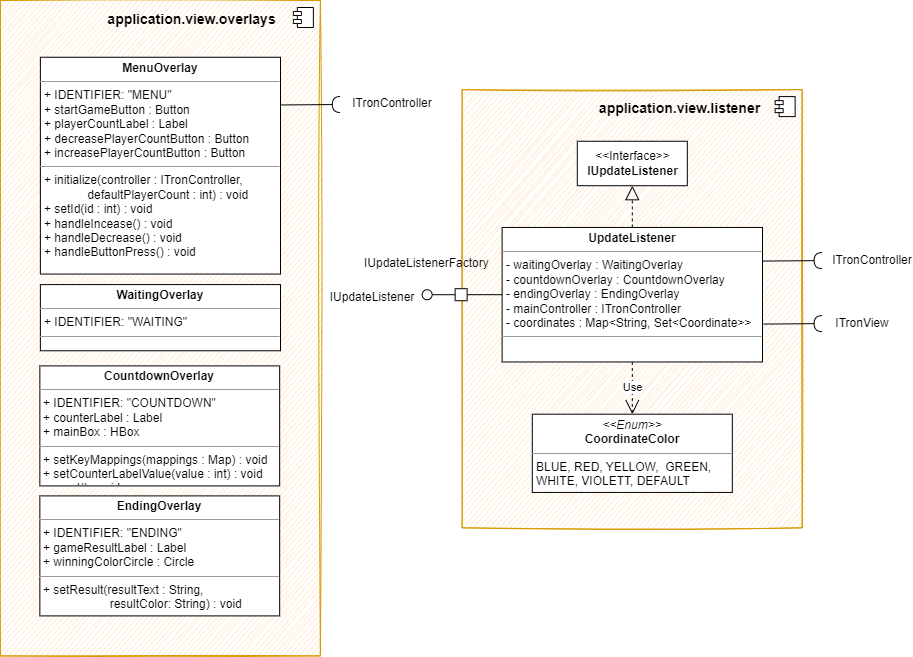
sckoenig/Distributed-Tron keeps this draw.io diagram as Dokumentation/App/diagrams/baustein/bs_layer3_view.png. Above is the earlier version. Source tidied: cells renumbered, new cells last; positions are measured from the earlier drawing's top-left corner, leaving out a move shared by most shapes.
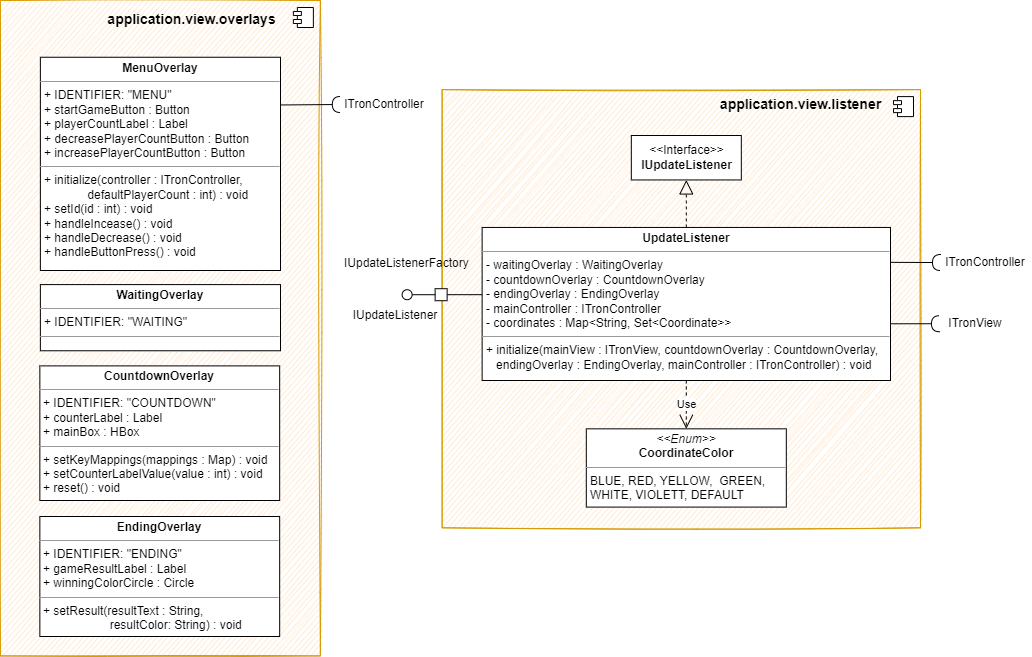
After the commit.

Change to the diagram source:
```diff
@@ -3,24 +3,29 @@
     <mxCell id="0" />
     <mxCell id="1" parent="0" />
     <mxCell id="2" style="html=1;fillColor=#ffe6cc;strokeColor=#d79b00;sketch=1;" parent="1" vertex="1">
-      <mxGeometry x="461.6" y="89.1" width="340" height="438.2" as="geometry" />
+      <mxGeometry x="461.6" y="89.1" width="478.4" height="438.2" as="geometry" />
     </mxCell>
     <mxCell id="3" style="shape=module;jettyWidth=8;jettyHeight=4;" parent="2" vertex="1">
       <mxGeometry x="1" width="20" height="20" relative="1" as="geometry">
         <mxPoint x="-27" y="7" as="offset" />
       </mxGeometry>
     </mxCell>
-    <mxCell id="4" value="&lt;p style=&quot;margin:0px;margin-top:4px;text-align:center;&quot;&gt;&lt;span style=&quot;font-weight: 700;&quot;&gt;UpdateListener&lt;/span&gt;&lt;br&gt;&lt;/p&gt;&lt;hr size=&quot;1&quot;&gt;&lt;p style=&quot;margin:0px;margin-left:4px;&quot;&gt;&lt;span style=&quot;background-color: initial;&quot;&gt;- waitingOverlay : WaitingOverlay&lt;/span&gt;&lt;br&gt;&lt;/p&gt;&lt;p style=&quot;margin:0px;margin-left:4px;&quot;&gt;- countdownOverlay : CountdownOverlay&lt;/p&gt;&lt;p style=&quot;margin:0px;margin-left:4px;&quot;&gt;- endingOverlay : EndingOverlay&lt;/p&gt;&lt;p style=&quot;margin:0px;margin-left:4px;&quot;&gt;- mainController : ITronController&lt;/p&gt;&lt;p style=&quot;margin:0px;margin-left:4px;&quot;&gt;- coordinates : Map&amp;lt;String, Set&amp;lt;Coordinate&amp;gt;&amp;gt;&lt;/p&gt;&lt;hr size=&quot;1&quot;&gt;&lt;p style=&quot;margin:0px;margin-left:4px;&quot;&gt;&lt;br&gt;&lt;/p&gt;&lt;div style=&quot;padding: 0px; margin: 0px;&quot;&gt;&lt;br style=&quot;padding: 0px; margin: 0px;&quot;&gt;&lt;/div&gt;&lt;div style=&quot;padding: 0px; margin: 0px;&quot;&gt;&lt;br style=&quot;padding: 0px; margin: 0px;&quot;&gt;&lt;/div&gt;" style="verticalAlign=top;align=left;overflow=fill;fontSize=12;fontFamily=Helvetica;html=1;sketch=0;fillColor=default;" parent="1" vertex="1">
-      <mxGeometry x="501.6" y="226.9" width="260.4" height="134.5" as="geometry" />
+    <mxCell id="4" value="&lt;p style=&quot;margin:0px;margin-top:4px;text-align:center;&quot;&gt;&lt;span style=&quot;font-weight: 700;&quot;&gt;UpdateListener&lt;/span&gt;&lt;br&gt;&lt;/p&gt;&lt;hr size=&quot;1&quot;&gt;&lt;p style=&quot;margin:0px;margin-left:4px;&quot;&gt;&lt;span style=&quot;background-color: initial;&quot;&gt;- waitingOverlay : WaitingOverlay&lt;/span&gt;&lt;br&gt;&lt;/p&gt;&lt;p style=&quot;margin:0px;margin-left:4px;&quot;&gt;- countdownOverlay : CountdownOverlay&lt;/p&gt;&lt;p style=&quot;margin:0px;margin-left:4px;&quot;&gt;- endingOverlay : EndingOverlay&lt;/p&gt;&lt;p style=&quot;margin:0px;margin-left:4px;&quot;&gt;- mainController : ITronController&lt;/p&gt;&lt;p style=&quot;margin:0px;margin-left:4px;&quot;&gt;- coordinates : Map&amp;lt;String, Set&amp;lt;Coordinate&amp;gt;&amp;gt;&lt;/p&gt;&lt;hr size=&quot;1&quot;&gt;&lt;p style=&quot;margin:0px;margin-left:4px;&quot;&gt;+ initialize(mainView : ITronView, countdownOverlay : CountdownOverlay,&lt;/p&gt;&lt;p style=&quot;margin:0px;margin-left:4px;&quot;&gt;&amp;nbsp;&amp;nbsp; endingOverlay : EndingOverlay, mainController : ITronController) : void &lt;br&gt;&lt;/p&gt;&lt;p style=&quot;margin:0px;margin-left:4px;&quot;&gt;&lt;br&gt;&lt;/p&gt;&lt;div style=&quot;padding: 0px; margin: 0px;&quot;&gt;&lt;br style=&quot;padding: 0px; margin: 0px;&quot;&gt;&lt;/div&gt;&lt;div style=&quot;padding: 0px; margin: 0px;&quot;&gt;&lt;br style=&quot;padding: 0px; margin: 0px;&quot;&gt;&lt;/div&gt;" style="verticalAlign=top;align=left;overflow=fill;fontSize=12;fontFamily=Helvetica;html=1;sketch=0;fillColor=default;" parent="1" vertex="1">
+      <mxGeometry x="501.6" y="227" width="408.4" height="153.1" as="geometry" />
     </mxCell>
     <mxCell id="5" value="&lt;p style=&quot;margin:0px;margin-top:4px;text-align:center;&quot;&gt;&lt;i&gt;&amp;lt;&amp;lt;Enum&amp;gt;&amp;gt;&lt;/i&gt;&lt;br&gt;&lt;b&gt;CoordinateColor&lt;/b&gt;&lt;/p&gt;&lt;hr size=&quot;1&quot;&gt;&lt;p style=&quot;border-color: var(--border-color); margin: 0px 0px 0px 4px;&quot;&gt;BLUE, RED, YELLOW,&amp;nbsp;&amp;nbsp;&lt;span style=&quot;border-color: var(--border-color); background-color: initial;&quot;&gt;GREEN,&amp;nbsp;&lt;/span&gt;&lt;/p&gt;&lt;p style=&quot;border-color: var(--border-color); margin: 0px 0px 0px 4px;&quot;&gt;&lt;span style=&quot;border-color: var(--border-color); background-color: initial;&quot;&gt;WHITE, VIOLETT, DEFAULT&lt;/span&gt;&lt;/p&gt;" style="verticalAlign=top;align=left;overflow=fill;fontSize=12;fontFamily=Helvetica;html=1;" parent="1" vertex="1">
-      <mxGeometry x="531.8" y="413.7" width="200" height="78.2" as="geometry" />
+      <mxGeometry x="605.8" y="428.3" width="200" height="78.2" as="geometry" />
     </mxCell>
     <mxCell id="6" value="&lt;div style=&quot;text-align: center;&quot;&gt;IUpdateListenerFactory&lt;/div&gt;" style="text;whiteSpace=wrap;html=1;" parent="1" vertex="1">
       <mxGeometry x="361.6" y="249.2" width="70" height="40" as="geometry" />
     </mxCell>
     <mxCell id="7" style="edgeStyle=orthogonalEdgeStyle;rounded=0;jettySize=auto;html=1;exitX=1;exitY=0.5;exitDx=0;exitDy=0;endArrow=none;endFill=0;" parent="1" edge="1" source="8" target="4">
-      <mxGeometry relative="1" as="geometry" />
+      <mxGeometry relative="1" as="geometry">
+        <Array as="points">
+          <mxPoint x="490" y="294" />
+          <mxPoint x="490" y="294" />
+        </Array>
+      </mxGeometry>
     </mxCell>
     <mxCell id="8" style="whiteSpace=wrap;html=1;" parent="1" vertex="1">
       <mxGeometry x="454.6" y="288.2" width="12" height="12" as="geometry" />
@@ -35,36 +40,36 @@
       <mxGeometry relative="1" as="geometry" />
     </mxCell>
     <mxCell id="12" value="&amp;lt;&amp;lt;Interface&amp;gt;&amp;gt;&lt;br&gt;&lt;b&gt;IUpdateListener&lt;/b&gt;" style="html=1;fillColor=default;sketch=0;" parent="1" vertex="1">
-      <mxGeometry x="576.8" y="140.8" width="110" height="44.5" as="geometry" />
+      <mxGeometry x="650.8" y="135" width="110" height="44.5" as="geometry" />
     </mxCell>
     <mxCell id="13" style="endArrow=block;dashed=1;endFill=0;endSize=12;html=1;rounded=0;entryX=0.5;entryY=1;entryDx=0;entryDy=0;exitX=0.5;exitY=0;exitDx=0;exitDy=0;" parent="1" edge="1" source="4" target="12">
       <mxGeometry relative="1" as="geometry" />
     </mxCell>
     <mxCell id="14" value="IUpdateListener" style="text;html=1;strokeColor=none;fillColor=none;align=center;verticalAlign=middle;whiteSpace=wrap;rounded=0;sketch=0;" parent="1" vertex="1">
-      <mxGeometry x="341.6" y="282.3" width="60" height="30" as="geometry" />
+      <mxGeometry x="384.8" y="300.5" width="60" height="30" as="geometry" />
     </mxCell>
-    <mxCell id="15" style="rounded=0;jettySize=auto;html=1;endArrow=halfCircle;endFill=0;endSize=6;strokeWidth=1;sketch=0;exitX=1;exitY=0.25;exitDx=0;exitDy=0;" parent="1" edge="1" source="4">
+    <mxCell id="15" style="rounded=0;jettySize=auto;html=1;endArrow=halfCircle;endFill=0;endSize=6;strokeWidth=1;sketch=0;exitX=1.003;exitY=0.228;exitDx=0;exitDy=0;exitPerimeter=0;" parent="1" edge="1" target="17">
       <mxGeometry relative="1" as="geometry">
-        <mxPoint x="821.6" y="260.1" as="targetPoint" />
+        <mxPoint x="910.2" y="261.8" as="sourcePoint" />
       </mxGeometry>
     </mxCell>
-    <mxCell id="16" style="rounded=0;orthogonalLoop=1;jettySize=auto;html=1;endArrow=halfCircle;endFill=0;endSize=6;strokeWidth=1;sketch=0;exitX=1;exitY=0.25;exitDx=0;exitDy=0;" parent="1" edge="1">
+    <mxCell id="16" style="rounded=0;orthogonalLoop=1;jettySize=auto;html=1;endArrow=halfCircle;endFill=0;endSize=6;strokeWidth=1;sketch=0;exitX=1.002;exitY=0.636;exitDx=0;exitDy=0;exitPerimeter=0;" parent="1" edge="1">
       <mxGeometry relative="1" as="geometry">
-        <mxPoint x="763" y="323.6" as="sourcePoint" />
-        <mxPoint x="821.6" y="323.1" as="targetPoint" />
+        <mxPoint x="909.8" y="323.3" as="sourcePoint" />
+        <mxPoint x="959" y="323.2" as="targetPoint" />
       </mxGeometry>
     </mxCell>
     <mxCell id="17" value="ITronController" style="text;html=1;strokeColor=none;fillColor=none;align=center;verticalAlign=middle;whiteSpace=wrap;rounded=0;sketch=1;" parent="1" vertex="1">
-      <mxGeometry x="841.6" y="245.1" width="60" height="30" as="geometry" />
+      <mxGeometry x="960" y="247.2" width="90" height="30" as="geometry" />
     </mxCell>
     <mxCell id="18" value="ITronView" style="text;html=1;strokeColor=none;fillColor=none;align=center;verticalAlign=middle;whiteSpace=wrap;rounded=0;sketch=1;" parent="1" vertex="1">
-      <mxGeometry x="831.6" y="308.2" width="60" height="30" as="geometry" />
+      <mxGeometry x="960" y="308.2" width="70" height="30" as="geometry" />
     </mxCell>
     <mxCell id="19" value="&lt;span style=&quot;font-size: 14px;&quot;&gt;&lt;b&gt;application.view.listener&lt;/b&gt;&lt;/span&gt;" style="text;html=1;strokeColor=none;fillColor=none;align=center;verticalAlign=middle;whiteSpace=wrap;rounded=0;sketch=1;" parent="1" vertex="1">
-      <mxGeometry x="651.6" y="93.3" width="55" height="30" as="geometry" />
+      <mxGeometry x="793.1" y="89.1" width="55" height="30" as="geometry" />
     </mxCell>
     <mxCell id="20" style="html=1;fillColor=#ffe6cc;strokeColor=#d79b00;sketch=1;" parent="1" vertex="1">
-      <mxGeometry x="-0.1" width="320" height="655.4" as="geometry" />
+      <mxGeometry x="19.9" width="320" height="655.4" as="geometry" />
     </mxCell>
     <mxCell id="21" style="shape=module;jettyWidth=8;jettyHeight=4;" parent="20" vertex="1">
       <mxGeometry x="1" width="20" height="20" relative="1" as="geometry">
@@ -72,28 +77,28 @@
       </mxGeometry>
     </mxCell>
     <mxCell id="22" value="&lt;p style=&quot;margin:0px;margin-top:4px;text-align:center;&quot;&gt;&lt;span style=&quot;font-weight: 700;&quot;&gt;MenuOverlay&lt;/span&gt;&lt;br&gt;&lt;/p&gt;&lt;hr size=&quot;1&quot;&gt;&lt;p style=&quot;margin:0px;margin-left:4px;&quot;&gt;+ IDENTIFIER: &quot;MENU&quot;&lt;/p&gt;&lt;p style=&quot;margin:0px;margin-left:4px;&quot;&gt;+ startGameButton : Button&lt;/p&gt;&lt;p style=&quot;margin:0px;margin-left:4px;&quot;&gt;+ playerCountLabel : Label&lt;/p&gt;&lt;p style=&quot;margin:0px;margin-left:4px;&quot;&gt;+ decreasePlayerCountButton : Button&lt;/p&gt;&lt;p style=&quot;margin:0px;margin-left:4px;&quot;&gt;+ increasePlayerCountButton : Button&lt;/p&gt;&lt;hr size=&quot;1&quot;&gt;&lt;p style=&quot;margin:0px;margin-left:4px;&quot;&gt;+ initialize(controller : ITronController,&amp;nbsp;&lt;/p&gt;&lt;p style=&quot;margin:0px;margin-left:4px;&quot;&gt;&amp;nbsp; &amp;nbsp; &amp;nbsp; &amp;nbsp; &amp;nbsp; &amp;nbsp; &amp;nbsp;defaultPlayerCount : int) : void&lt;/p&gt;&lt;p style=&quot;margin:0px;margin-left:4px;&quot;&gt;+ setId(id : int) : void&lt;/p&gt;&lt;p style=&quot;margin:0px;margin-left:4px;&quot;&gt;+ handleIncease() : void&lt;/p&gt;&lt;p style=&quot;margin:0px;margin-left:4px;&quot;&gt;+ handleDecrease() : void&lt;/p&gt;&lt;p style=&quot;margin:0px;margin-left:4px;&quot;&gt;+ handleButtonPress() : void&lt;/p&gt;&lt;div style=&quot;padding: 0px; margin: 0px;&quot;&gt;&lt;br style=&quot;padding: 0px; margin: 0px;&quot;&gt;&lt;/div&gt;&lt;div style=&quot;padding: 0px; margin: 0px;&quot;&gt;&lt;br style=&quot;padding: 0px; margin: 0px;&quot;&gt;&lt;/div&gt;" style="verticalAlign=top;align=left;overflow=fill;fontSize=12;fontFamily=Helvetica;html=1;sketch=0;fillColor=default;" parent="1" vertex="1">
-      <mxGeometry x="39.9" y="56.8" width="240.1" height="216.8" as="geometry" />
+      <mxGeometry x="59.9" y="56.8" width="240.1" height="213.2" as="geometry" />
     </mxCell>
     <mxCell id="23" value="&lt;p style=&quot;margin:0px;margin-top:4px;text-align:center;&quot;&gt;&lt;span style=&quot;font-weight: 700;&quot;&gt;WaitingOverlay&lt;/span&gt;&lt;br&gt;&lt;/p&gt;&lt;hr size=&quot;1&quot;&gt;&lt;p style=&quot;margin:0px;margin-left:4px;&quot;&gt;+ IDENTIFIER: &quot;WAITING&quot;&lt;/p&gt;&lt;hr size=&quot;1&quot;&gt;&lt;p style=&quot;margin:0px;margin-left:4px;&quot;&gt;&lt;br&gt;&lt;/p&gt;&lt;div style=&quot;padding: 0px; margin: 0px;&quot;&gt;&lt;br style=&quot;padding: 0px; margin: 0px;&quot;&gt;&lt;/div&gt;&lt;div style=&quot;padding: 0px; margin: 0px;&quot;&gt;&lt;br style=&quot;padding: 0px; margin: 0px;&quot;&gt;&lt;/div&gt;" style="verticalAlign=top;align=left;overflow=fill;fontSize=12;fontFamily=Helvetica;html=1;sketch=0;fillColor=default;" parent="1" vertex="1">
-      <mxGeometry x="39.9" y="284.1" width="240.1" height="66.2" as="geometry" />
+      <mxGeometry x="59.9" y="284.1" width="240.1" height="66.2" as="geometry" />
     </mxCell>
     <mxCell id="24" value="&lt;p style=&quot;margin:0px;margin-top:4px;text-align:center;&quot;&gt;&lt;span style=&quot;font-weight: 700;&quot;&gt;CountdownOverlay&lt;/span&gt;&lt;br&gt;&lt;/p&gt;&lt;hr size=&quot;1&quot;&gt;&lt;p style=&quot;margin:0px;margin-left:4px;&quot;&gt;+ IDENTIFIER: &quot;COUNTDOWN&quot;&lt;/p&gt;&lt;p style=&quot;margin:0px;margin-left:4px;&quot;&gt;+ counterLabel : Label&lt;/p&gt;&lt;p style=&quot;margin:0px;margin-left:4px;&quot;&gt;+ mainBox : HBox&lt;/p&gt;&lt;hr size=&quot;1&quot;&gt;&lt;p style=&quot;margin:0px;margin-left:4px;&quot;&gt;+ setKeyMappings(mappings : Map) : void&lt;/p&gt;&lt;p style=&quot;margin:0px;margin-left:4px;&quot;&gt;+ setCounterLabelValue(value : int) : void&lt;/p&gt;&lt;p style=&quot;margin:0px;margin-left:4px;&quot;&gt;+ reset() : void&lt;/p&gt;&lt;div style=&quot;padding: 0px; margin: 0px;&quot;&gt;&lt;br style=&quot;padding: 0px; margin: 0px;&quot;&gt;&lt;/div&gt;&lt;div style=&quot;padding: 0px; margin: 0px;&quot;&gt;&lt;br style=&quot;padding: 0px; margin: 0px;&quot;&gt;&lt;/div&gt;" style="verticalAlign=top;align=left;overflow=fill;fontSize=12;fontFamily=Helvetica;html=1;sketch=0;fillColor=default;" parent="1" vertex="1">
-      <mxGeometry x="39.4" y="365.4" width="239.8" height="120" as="geometry" />
+      <mxGeometry x="59.4" y="365.4" width="239.8" height="134.6" as="geometry" />
     </mxCell>
     <mxCell id="25" value="&lt;p style=&quot;margin:0px;margin-top:4px;text-align:center;&quot;&gt;&lt;span style=&quot;font-weight: 700;&quot;&gt;EndingOverlay&lt;/span&gt;&lt;br&gt;&lt;/p&gt;&lt;hr size=&quot;1&quot;&gt;&lt;p style=&quot;margin:0px;margin-left:4px;&quot;&gt;+ IDENTIFIER: &quot;ENDING&quot;&lt;br&gt;&lt;/p&gt;&lt;p style=&quot;margin:0px;margin-left:4px;&quot;&gt;+ gameResultLabel : Label&lt;/p&gt;&lt;p style=&quot;margin:0px;margin-left:4px;&quot;&gt;+ winningColorCircle : Circle&lt;/p&gt;&lt;hr size=&quot;1&quot;&gt;&lt;p style=&quot;margin:0px;margin-left:4px;&quot;&gt;+ setResult(resultText : String,&amp;nbsp;&lt;/p&gt;&lt;p style=&quot;margin:0px;margin-left:4px;&quot;&gt;&amp;nbsp; &amp;nbsp; &amp;nbsp; &amp;nbsp; &amp;nbsp; &amp;nbsp; &amp;nbsp; &amp;nbsp; &amp;nbsp; &amp;nbsp; resultColor: String) : void&lt;/p&gt;&lt;div style=&quot;padding: 0px; margin: 0px;&quot;&gt;&lt;br style=&quot;padding: 0px; margin: 0px;&quot;&gt;&lt;/div&gt;&lt;div style=&quot;padding: 0px; margin: 0px;&quot;&gt;&lt;br style=&quot;padding: 0px; margin: 0px;&quot;&gt;&lt;/div&gt;" style="verticalAlign=top;align=left;overflow=fill;fontSize=12;fontFamily=Helvetica;html=1;sketch=0;fillColor=default;" parent="1" vertex="1">
-      <mxGeometry x="39.4" y="495.4" width="239.8" height="120" as="geometry" />
+      <mxGeometry x="59.4" y="516" width="239.8" height="120" as="geometry" />
     </mxCell>
     <mxCell id="26" value="&lt;span style=&quot;font-size: 14px;&quot;&gt;&lt;b&gt;application.view.overlays&lt;/b&gt;&lt;/span&gt;" style="text;html=1;strokeColor=none;fillColor=none;align=center;verticalAlign=middle;whiteSpace=wrap;rounded=0;sketch=1;" parent="1" vertex="1">
-      <mxGeometry x="163.7" y="3.6" width="55" height="30" as="geometry" />
+      <mxGeometry x="183.7" y="3.6" width="55" height="30" as="geometry" />
     </mxCell>
     <mxCell id="27" style="rounded=0;orthogonalLoop=1;jettySize=auto;html=1;endArrow=halfCircle;endFill=0;endSize=6;strokeWidth=1;sketch=0;exitX=1;exitY=0.25;exitDx=0;exitDy=0;" parent="1" edge="1">
       <mxGeometry relative="1" as="geometry">
-        <mxPoint x="280.2" y="104.5" as="sourcePoint" />
-        <mxPoint x="339.8" y="104" as="targetPoint" />
+        <mxPoint x="300.2" y="104.5" as="sourcePoint" />
+        <mxPoint x="359.8" y="104" as="targetPoint" />
       </mxGeometry>
     </mxCell>
     <mxCell id="28" value="ITronController" style="text;html=1;strokeColor=none;fillColor=none;align=center;verticalAlign=middle;whiteSpace=wrap;rounded=0;sketch=1;" parent="1" vertex="1">
-      <mxGeometry x="361.6" y="88" width="60" height="30" as="geometry" />
+      <mxGeometry x="373.5" y="89.1" width="60" height="30" as="geometry" />
     </mxCell>
   </root>
 </mxGraphModel>
```
